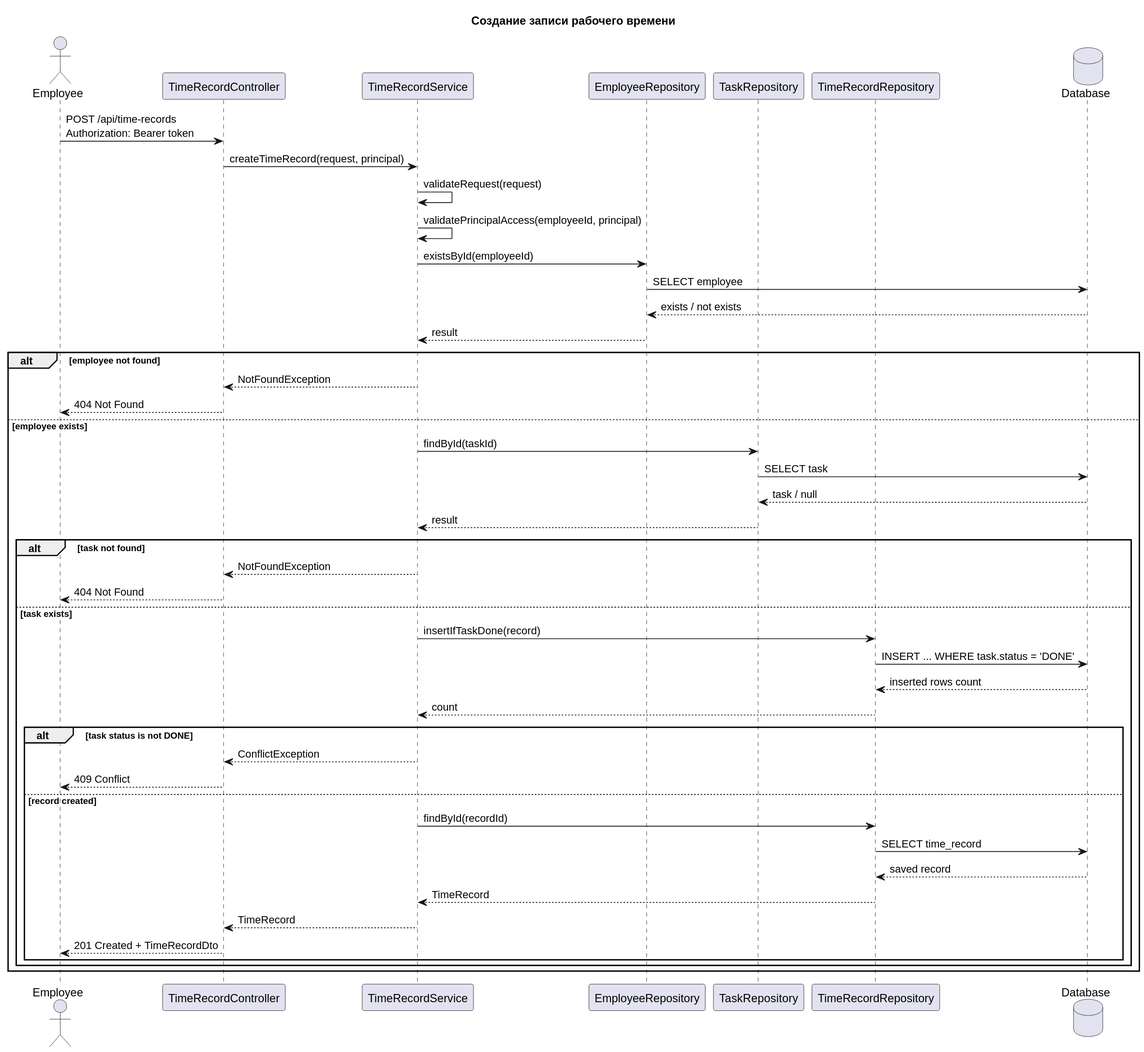
Above: docs/diagramms/sequence-time-record.svg in GlumiiA/task-time-tracker (PlantUML), before the change.
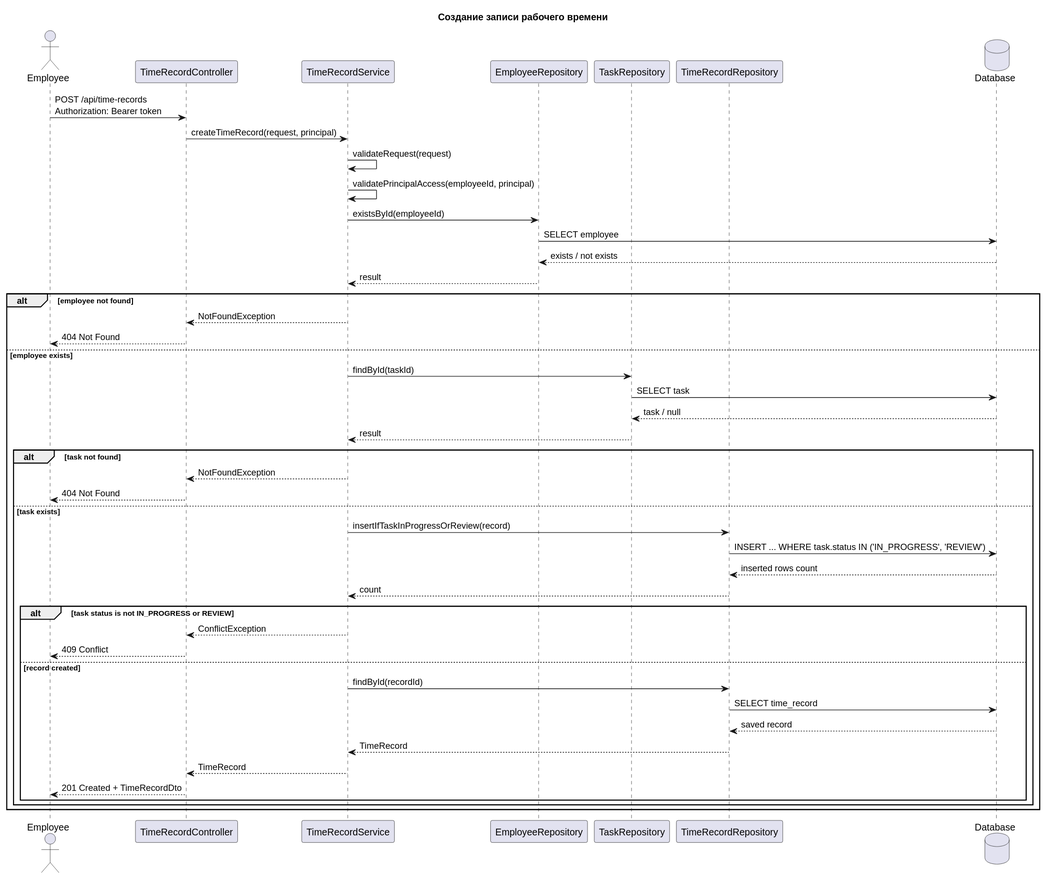
Above is the later version.

The edit, as a diff of the source:
```diff
@@ -33,12 +33,12 @@
         service --> controller: NotFoundException
         controller --> employee: 404 Not Found
     else task exists
-        service -> timeRecordRepo: insertIfTaskDone(record)
-        timeRecordRepo -> db: INSERT ... WHERE task.status = 'DONE'
+        service -> timeRecordRepo: insertIfTaskInProgressOrReview(record)
+        timeRecordRepo -> db: INSERT ... WHERE task.status IN ('IN_PROGRESS', 'REVIEW')
         db --> timeRecordRepo: inserted rows count
         timeRecordRepo --> service: count
 
-        alt task status is not DONE
+        alt task status is not IN_PROGRESS or REVIEW
             service --> controller: ConflictException
             controller --> employee: 409 Conflict
         else record created
```
